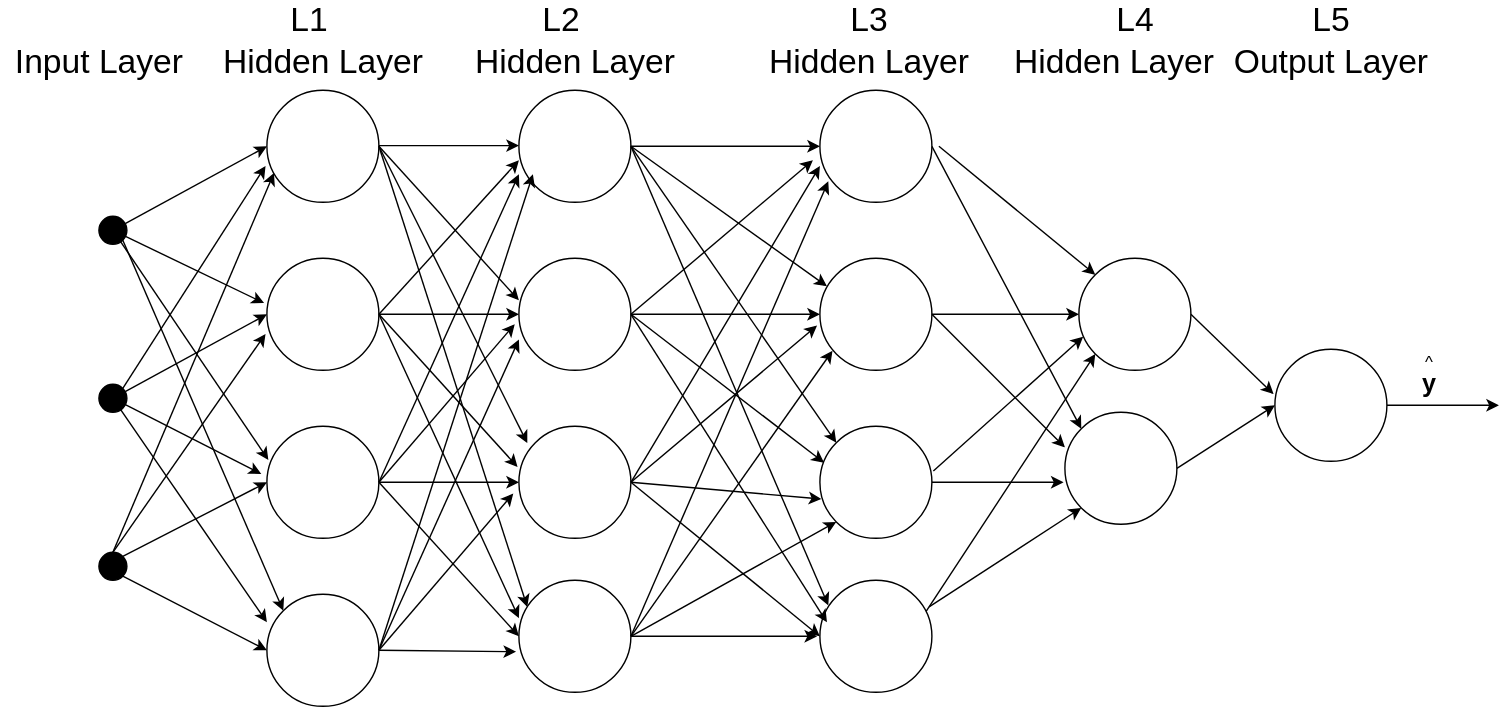
The draw.io diagram assets/images/neural-networks/deep-neural-network.svg in ronen567/just-the-docs, before a commit. Source tidied: cells renumbered, new cells last; positions are measured from the earlier drawing's top-left corner, leaving out a move shared by most shapes.
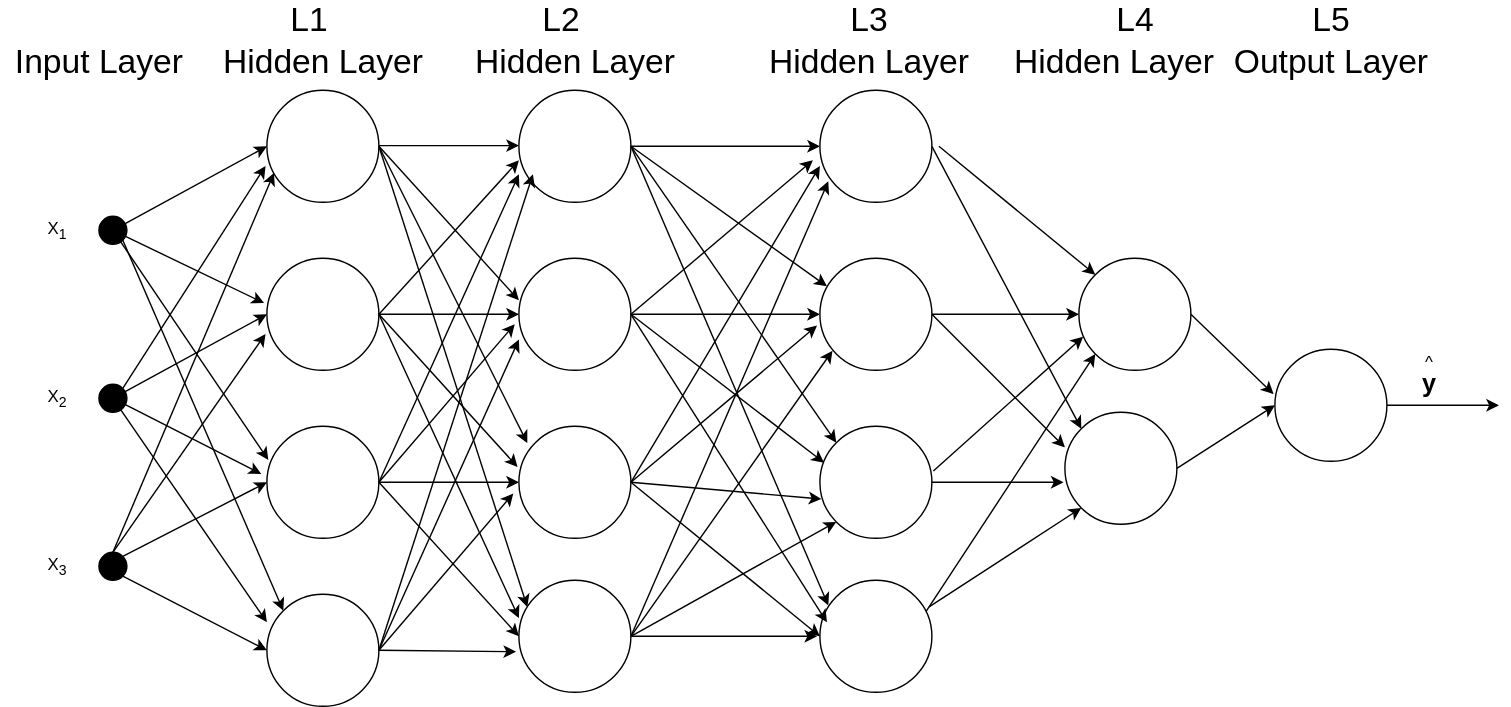
The same file after the commit.

What changed in the source:
```diff
@@ -290,5 +290,14 @@
         <mxPoint x="1070" y="285" as="targetPoint" />
       </mxGeometry>
     </mxCell>
+    <mxCell id="88" value="X&lt;sub&gt;1&lt;/sub&gt;" style="text;html=1;align=center;verticalAlign=middle;" parent="1" vertex="1">
+      <mxGeometry x="25" y="150" width="30" height="20" as="geometry" />
+    </mxCell>
+    <mxCell id="89" value="X&lt;sub&gt;2&lt;/sub&gt;" style="text;html=1;align=center;verticalAlign=middle;" parent="1" vertex="1">
+      <mxGeometry x="25" y="270" width="30" height="20" as="geometry" />
+    </mxCell>
+    <mxCell id="90" value="X&lt;sub&gt;3&lt;/sub&gt;" style="text;html=1;align=center;verticalAlign=middle;" parent="1" vertex="1">
+      <mxGeometry x="25" y="390" width="30" height="20" as="geometry" />
+    </mxCell>
   </root>
 </mxGraphModel>
```
